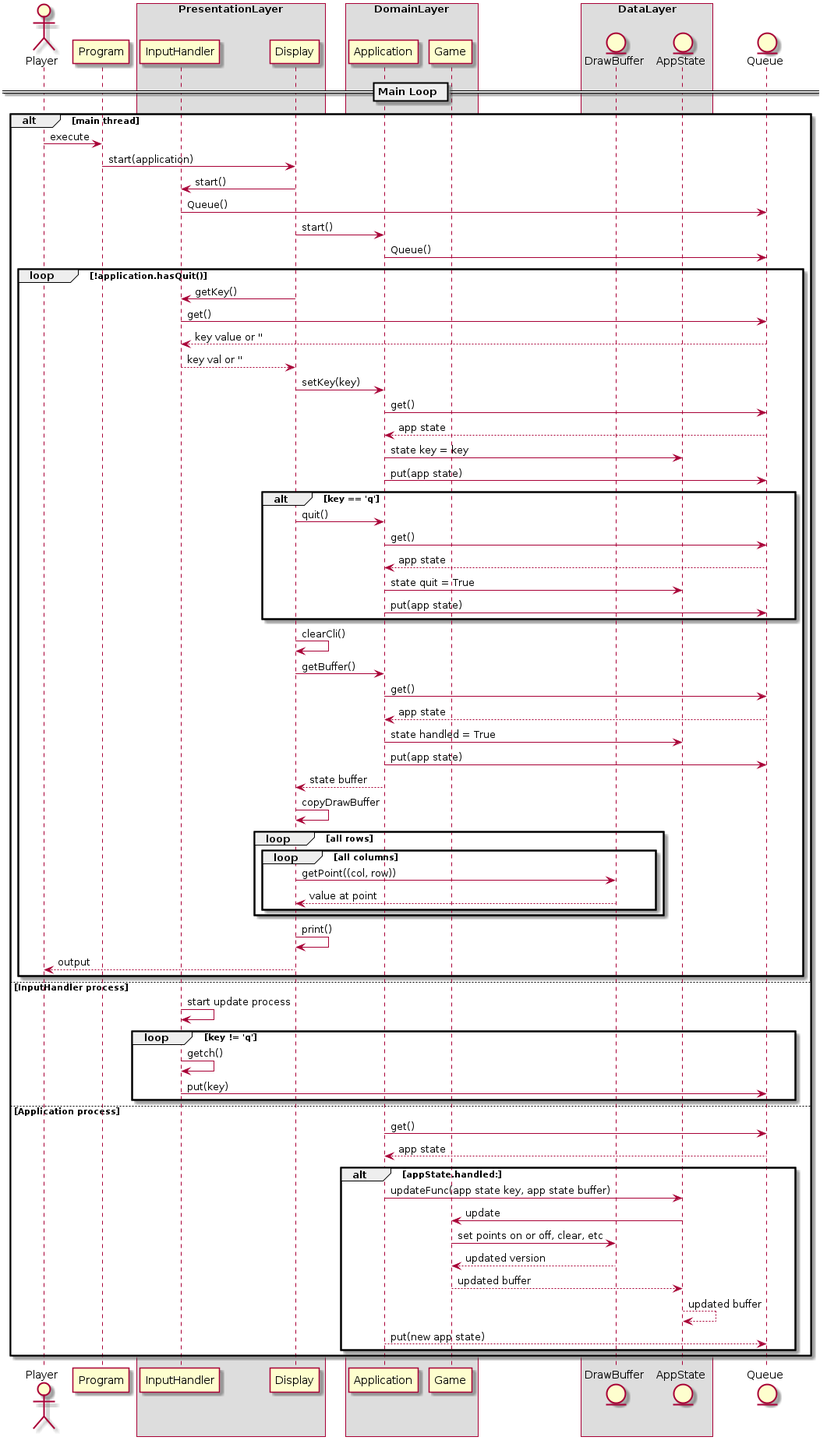
This is hw01/docs/etch-a-sketch-seq.png from blueOkiris/EmbeddedLinuxClass, a PlantUML export, as it was before one commit.
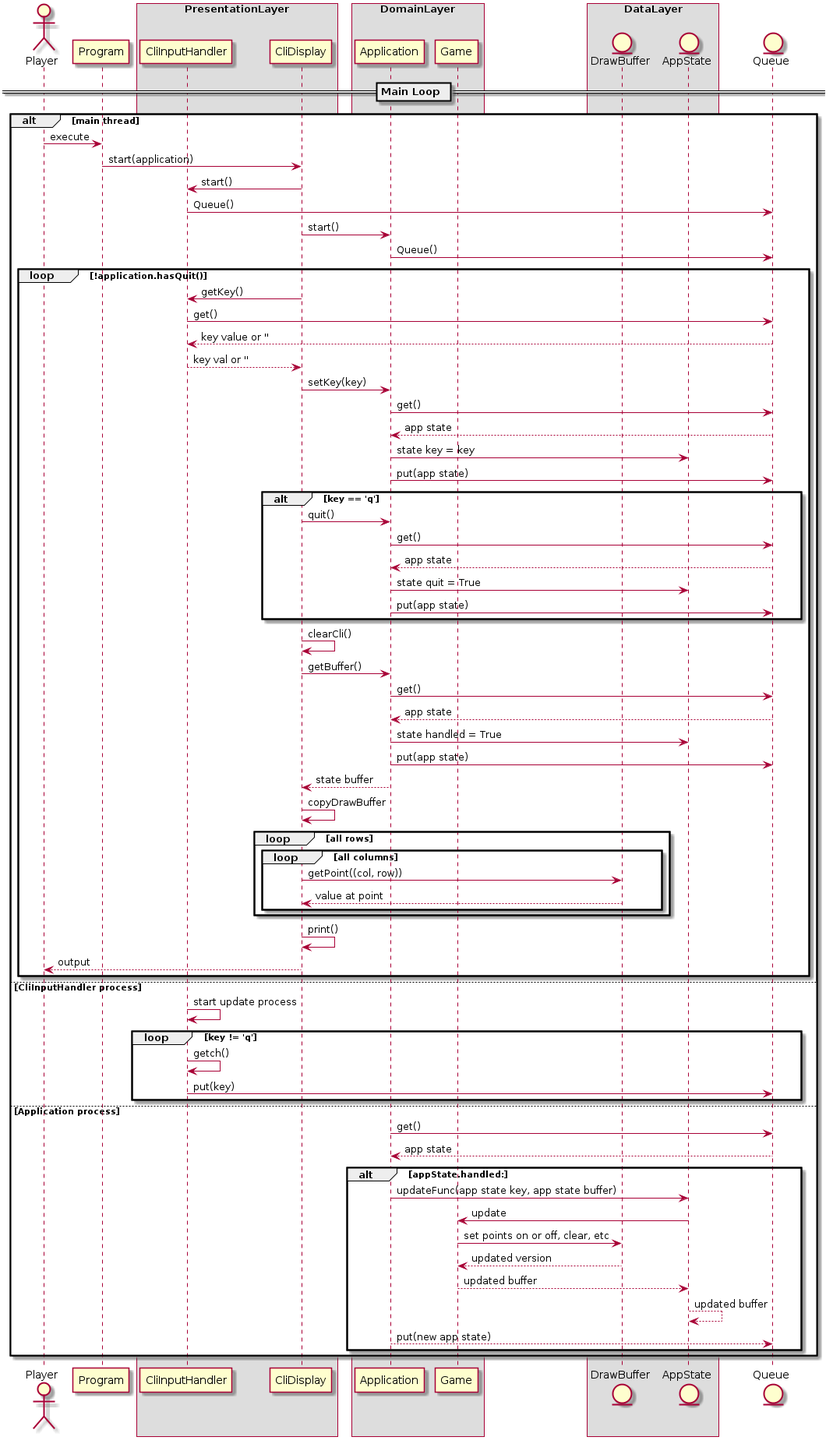
After the commit.

Commit message:
Changed display name to cli display as a new display will work slightly differently

Diff of the diagram source:
```diff
@@ -5,8 +5,8 @@
 participant Program
 
 box PresentationLayer
-participant InputHandler
-participant Display
+participant CliInputHandler
+participant CliDisplay
 end box
 
 box DomainLayer
@@ -26,61 +26,61 @@
 alt main thread
 
 Player -> Program : execute
-Program -> Display : start(application)
-Display -> InputHandler : start()
-InputHandler -> Queue : Queue()
-Display -> Application : start()
+Program -> CliDisplay : start(application)
+CliDisplay -> CliInputHandler : start()
+CliInputHandler -> Queue : Queue()
+CliDisplay -> Application : start()
 Application -> Queue : Queue()
 
 loop !application.hasQuit()
 
-Display -> InputHandler : getKey()
-InputHandler -> Queue : get()
-Queue --> InputHandler : key value or ''
-InputHandler --> Display : key val or ''
-Display -> Application : setKey(key)
+CliDisplay -> CliInputHandler : getKey()
+CliInputHandler -> Queue : get()
+Queue --> CliInputHandler : key value or ''
+CliInputHandler --> CliDisplay : key val or ''
+CliDisplay -> Application : setKey(key)
 Application -> Queue : get()
 Queue --> Application : app state
 Application -> AppState : state key = key
 Application -> Queue : put(app state)
 
 alt key == 'q'
-Display -> Application : quit()
+CliDisplay -> Application : quit()
 Application -> Queue : get()
 Queue --> Application : app state
 Application -> AppState : state quit = True
 Application -> Queue : put(app state)
 end
 
-Display -> Display : clearCli()
-Display -> Application : getBuffer()
+CliDisplay -> CliDisplay : clearCli()
+CliDisplay -> Application : getBuffer()
 Application -> Queue : get()
 Queue --> Application : app state
 Application -> AppState : state handled = True
 Application -> Queue : put(app state)
-Application --> Display : state buffer
-Display -> Display : copyDrawBuffer
+Application --> CliDisplay : state buffer
+CliDisplay -> CliDisplay : copyDrawBuffer
 
 loop all rows
 loop all columns
-Display -> DrawBuffer : getPoint((col, row))
-DrawBuffer --> Display : value at point
+CliDisplay -> DrawBuffer : getPoint((col, row))
+DrawBuffer --> CliDisplay : value at point
 end
 end
 
-Display -> Display : print()
-Display --> Player : output
+CliDisplay -> CliDisplay : print()
+CliDisplay --> Player : output
 
 end
 
-else InputHandler process
+else CliInputHandler process
 
-InputHandler -> InputHandler : start update process
+CliInputHandler -> CliInputHandler : start update process
 
 loop key != 'q'
 
-InputHandler -> InputHandler : getch()
-InputHandler -> Queue : put(key)
+CliInputHandler -> CliInputHandler : getch()
+CliInputHandler -> Queue : put(key)
 
 end
 
```
